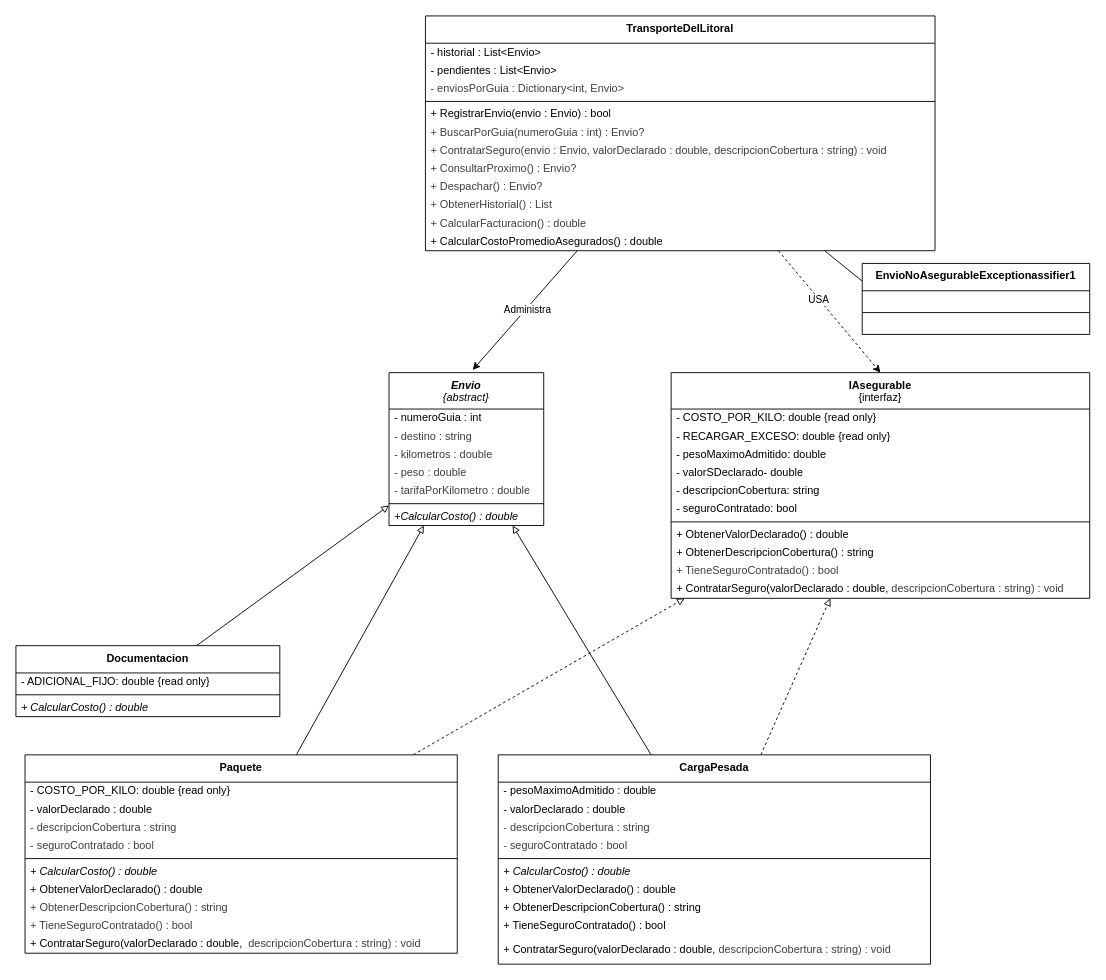
Before: page "CS" (1 of 2) of src/1erParcialWork/Diagrama.dio in gastonjavierricchiardi/ejercicios-csharp-utn-2026, a draw.io diagram. Source tidied: cells renumbered, new cells numbered last; positions are measured from the earlier drawing's top-left corner, leaving out a move shared by most shapes. Both pictures are drawn from the tidied source at 91%, with x=0, y=0 at pixel (15, 15).
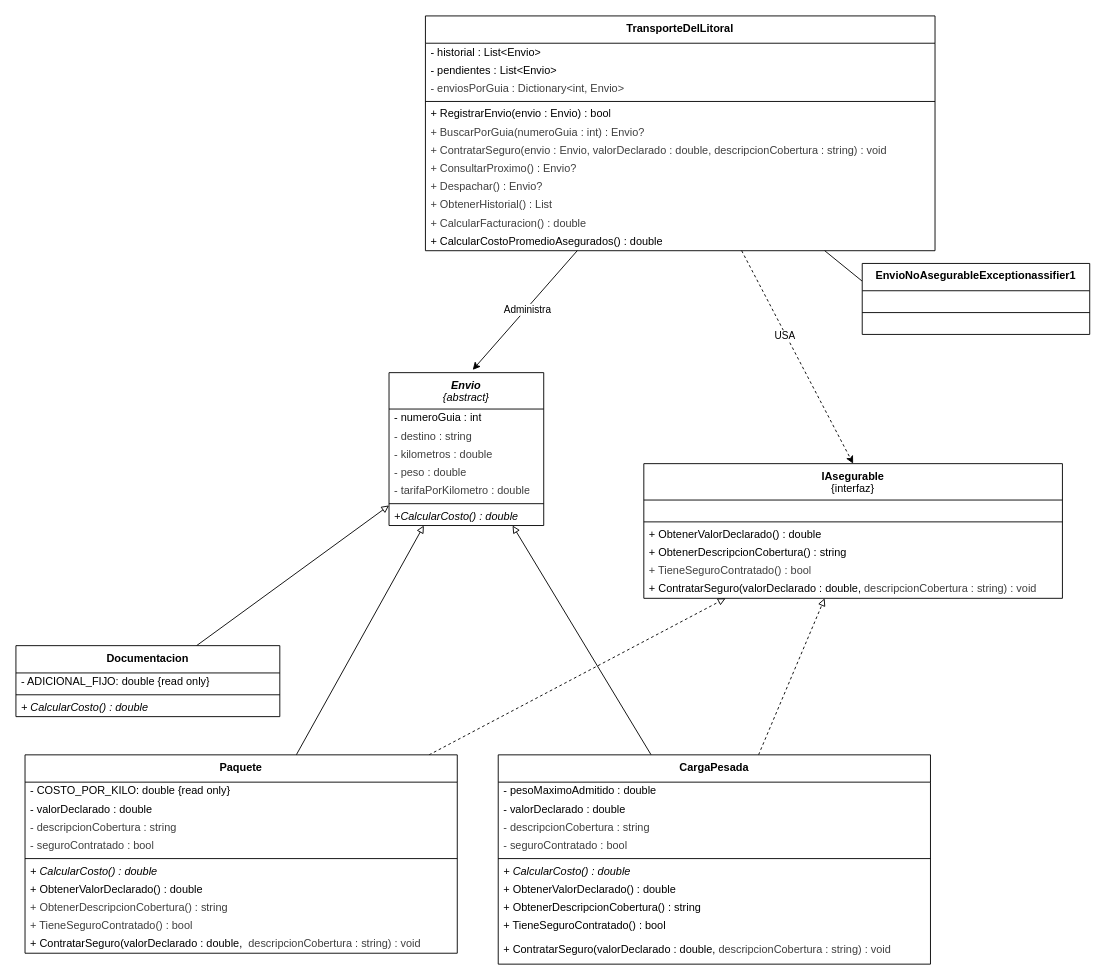
The same diagram, later.

What changed in the source:
```diff
@@
     <mxCell id="10" value="&lt;b&gt;IAsegurable&lt;/b&gt;&lt;div&gt;{interfaz}&lt;/div&gt;" style="swimlane;fontStyle=0;align=center;verticalAlign=top;horizontal=1;startSize=40;html=1;whiteSpace=wrap;" parent="1" vertex="1">
-      <mxGeometry x="720" y="392" width="460" height="248" as="geometry" />
+      <mxGeometry x="690" y="492" width="460" height="148" as="geometry" />
     </mxCell>
-    <mxCell id="11" value="- COSTO_POR_KILO: double {read only}" style="text;html=1;strokeColor=none;fillColor=none;align=left;verticalAlign=middle;spacingLeft=4;spacingRight=4;overflow=hidden;whiteSpace=wrap;" parent="10" vertex="1">
+    <mxCell id="11" value="&amp;nbsp;" style="text;html=1;strokeColor=none;fillColor=none;align=left;verticalAlign=middle;spacingLeft=4;spacingRight=4;overflow=hidden;whiteSpace=wrap;" parent="10" vertex="1">
       <mxGeometry y="40" width="460" height="20" as="geometry" />
     </mxCell>
-    <mxCell id="12" value="- RECARGAR_EXCESO: double {read only}" style="text;html=1;strokeColor=none;fillColor=none;align=left;verticalAlign=middle;spacingLeft=4;spacingRight=4;overflow=hidden;whiteSpace=wrap;" parent="10" vertex="1">
-      <mxGeometry y="60" width="460" height="20" as="geometry" />
-    </mxCell>
-    <mxCell id="13" value="- pesoMaximoAdmitido: double" style="text;html=1;strokeColor=none;fillColor=none;align=left;verticalAlign=middle;spacingLeft=4;spacingRight=4;overflow=hidden;whiteSpace=wrap;" parent="10" vertex="1">
-      <mxGeometry y="80" width="460" height="20" as="geometry" />
-    </mxCell>
-    <mxCell id="14" value="- valorSDeclarado- double" style="text;html=1;strokeColor=none;fillColor=none;align=left;verticalAlign=middle;spacingLeft=4;spacingRight=4;overflow=hidden;whiteSpace=wrap;" parent="10" vertex="1">
-      <mxGeometry y="100" width="460" height="20" as="geometry" />
-    </mxCell>
-    <mxCell id="15" value="- descripcionCobertura: string" style="text;html=1;strokeColor=none;fillColor=none;align=left;verticalAlign=middle;spacingLeft=4;spacingRight=4;overflow=hidden;whiteSpace=wrap;" parent="10" vertex="1">
-      <mxGeometry y="120" width="460" height="20" as="geometry" />
-    </mxCell>
-    <mxCell id="16" value="- seguroContratado: bool" style="text;html=1;strokeColor=none;fillColor=none;align=left;verticalAlign=middle;spacingLeft=4;spacingRight=4;overflow=hidden;whiteSpace=wrap;" parent="10" vertex="1">
-      <mxGeometry y="140" width="460" height="20" as="geometry" />
-    </mxCell>
     <mxCell id="17" style="line;strokeWidth=1;fillColor=none;align=left;verticalAlign=middle;spacingTop=-1;spacingLeft=3;spacingRight=3;labelPosition=right;" parent="10" vertex="1">
-      <mxGeometry y="160" width="460" height="8" as="geometry" />
+      <mxGeometry y="60" width="460" height="8" as="geometry" />
     </mxCell>
     <mxCell id="18" value="&lt;div&gt;&lt;font color=&quot;#000000&quot;&gt;+ ObtenerValorDeclarado() : double&lt;/font&gt;&lt;/div&gt;" style="text;html=1;strokeColor=none;fillColor=none;align=left;verticalAlign=middle;spacingLeft=4;spacingRight=4;overflow=hidden;whiteSpace=wrap;" parent="10" vertex="1">
-      <mxGeometry y="168" width="460" height="20" as="geometry" />
+      <mxGeometry y="68" width="460" height="20" as="geometry" />
     </mxCell>
     <mxCell id="19" value="&lt;div&gt;&lt;span style=&quot;background-color: transparent;&quot;&gt;+ ObtenerDescripcionCobertura() : string&lt;/span&gt;&lt;/div&gt;" style="text;html=1;strokeColor=none;fillColor=none;align=left;verticalAlign=middle;spacingLeft=4;spacingRight=4;overflow=hidden;whiteSpace=wrap;" parent="10" vertex="1">
-      <mxGeometry y="188" width="460" height="20" as="geometry" />
+      <mxGeometry y="88" width="460" height="20" as="geometry" />
     </mxCell>
     <mxCell id="20" value="&lt;div&gt;&lt;span style=&quot;background-color: transparent; color: rgb(63, 63, 63);&quot;&gt;+ TieneSeguroContratado() : bool&lt;/span&gt;&lt;/div&gt;" style="text;html=1;strokeColor=none;fillColor=none;align=left;verticalAlign=middle;spacingLeft=4;spacingRight=4;overflow=hidden;whiteSpace=wrap;" parent="10" vertex="1">
-      <mxGeometry y="208" width="460" height="20" as="geometry" />
+      <mxGeometry y="108" width="460" height="20" as="geometry" />
     </mxCell>
     <mxCell id="21" value="&lt;div&gt;&lt;font style=&quot;background-color: transparent;&quot;&gt;+ ContratarSeguro(valorDeclarado : double,&amp;nbsp;&lt;/font&gt;&lt;span style=&quot;color: rgb(63, 63, 63); background-color: transparent;&quot;&gt;descripcionCobertura : string) : void&lt;/span&gt;&lt;/div&gt;" style="text;html=1;strokeColor=none;fillColor=none;align=left;verticalAlign=middle;spacingLeft=4;spacingRight=4;overflow=hidden;whiteSpace=wrap;" parent="10" vertex="1">
-      <mxGeometry y="228" width="460" height="20" as="geometry" />
+      <mxGeometry y="128" width="460" height="20" as="geometry" />
     </mxCell>
```
